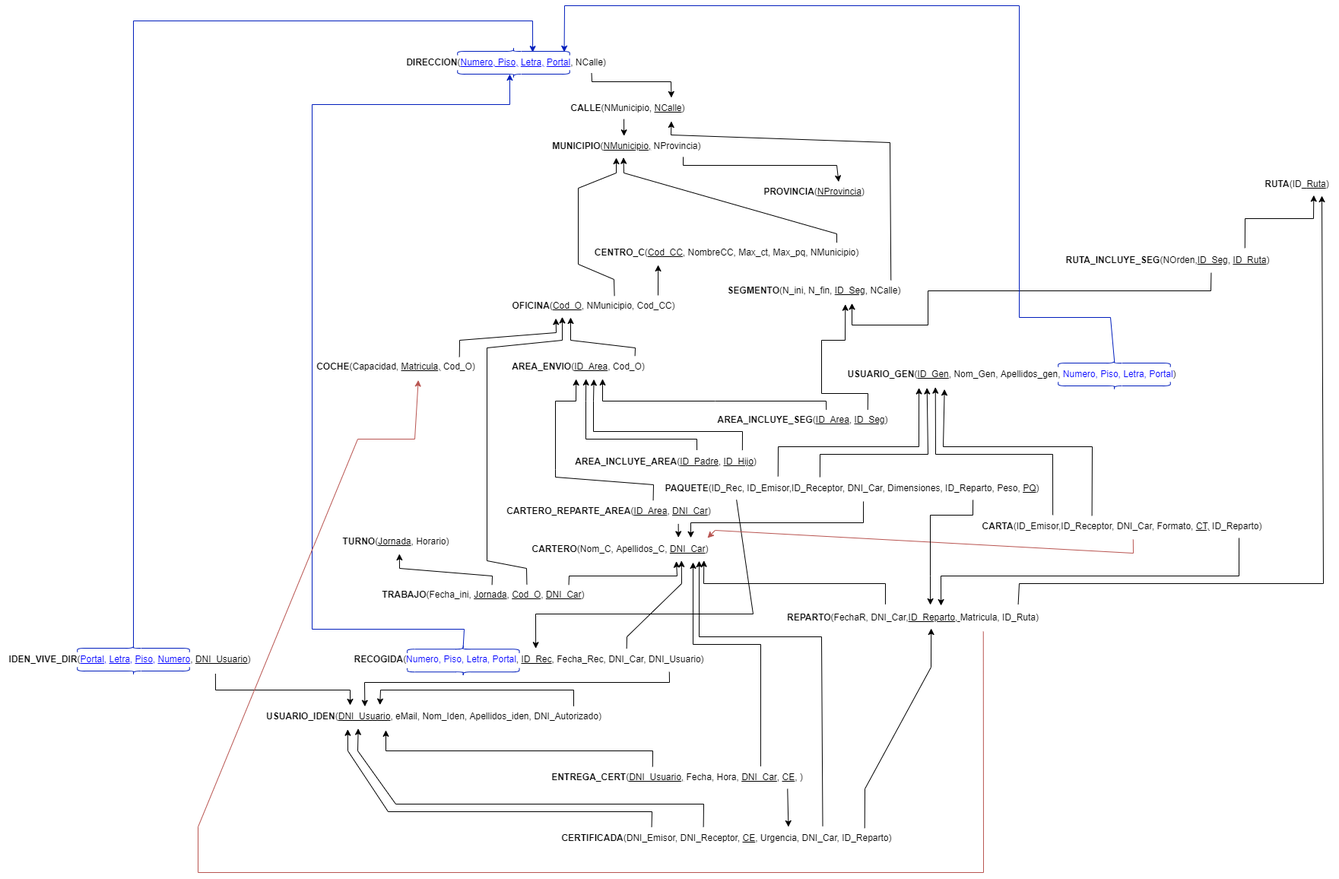
The draw.io diagram Hito1/Modelo relacional.drawio.png in ErYavi/BBDD22, before a commit. Source tidied: cells renumbered, new cells last; positions are measured from the earlier drawing's top-left corner, leaving out a move shared by most shapes.
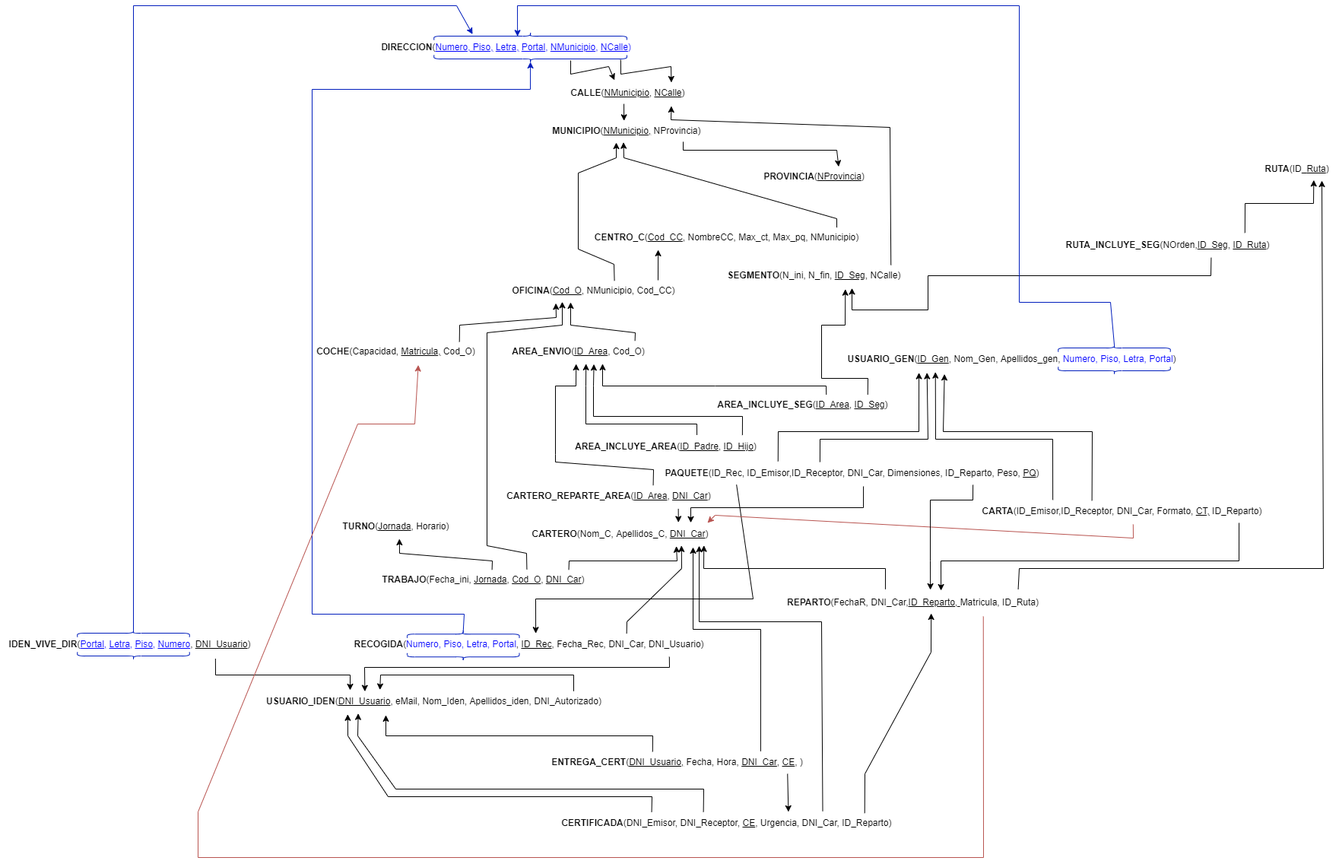
The same diagram one commit later.

What changed in the source:
```diff
@@ -2,10 +2,10 @@
   <root>
     <mxCell id="0" />
     <mxCell id="1" parent="0" />
-    <mxCell id="2" value="&lt;b&gt;DIRECCION&lt;/b&gt;(&lt;font color=&quot;#0000ff&quot;&gt;&lt;u&gt;Numero, Piso,&lt;/u&gt; &lt;u&gt;Letra,&lt;/u&gt;&amp;nbsp;&lt;u&gt;Portal&lt;/u&gt;&lt;/font&gt;, NCalle)" style="text;html=1;align=center;verticalAlign=middle;points=[];strokeColor=none;fillColor=none;" parent="1" vertex="1">
-      <mxGeometry x="520" y="74" width="290" height="30" as="geometry" />
+    <mxCell id="2" value="&lt;b&gt;DIRECCION&lt;/b&gt;(&lt;font color=&quot;#0000ff&quot;&gt;&lt;u&gt;Numero, Piso,&lt;/u&gt; &lt;u&gt;Letra,&lt;/u&gt;&amp;nbsp;&lt;u&gt;Portal&lt;/u&gt;, &lt;u&gt;NMunicipio&lt;/u&gt;,&amp;nbsp;&lt;u&gt;NCalle&lt;/u&gt;)&lt;/font&gt;" style="text;html=1;align=center;verticalAlign=middle;points=[];strokeColor=none;fillColor=none;" parent="1" vertex="1">
+      <mxGeometry x="490" y="74" width="350" height="30" as="geometry" />
     </mxCell>
-    <mxCell id="3" value="&lt;b&gt;CALLE&lt;/b&gt;(NMunicipio,&amp;nbsp;&lt;u&gt;NCalle&lt;/u&gt;)" style="text;html=1;align=center;verticalAlign=middle;points=[];strokeColor=none;fillColor=none;" parent="1" vertex="1">
+    <mxCell id="3" value="&lt;b&gt;CALLE&lt;/b&gt;(&lt;u&gt;NMunicipio&lt;/u&gt;,&amp;nbsp;&lt;u&gt;NCalle&lt;/u&gt;)" style="text;html=1;align=center;verticalAlign=middle;points=[];strokeColor=none;fillColor=none;" parent="1" vertex="1">
       <mxGeometry x="740" y="134" width="170" height="30" as="geometry" />
     </mxCell>
     <mxCell id="4" value="&lt;span lang=&quot;es&quot;&gt;&lt;b&gt;MUNICIPIO&lt;/b&gt;(&lt;u&gt;NMunicipio,&lt;/u&gt;&amp;nbsp;NProvincia)&amp;nbsp;&lt;/span&gt;" style="text;html=1;align=center;verticalAlign=middle;points=[];strokeColor=none;fillColor=none;" parent="1" vertex="1">
@@ -56,10 +56,10 @@
     <mxCell id="13" value="&lt;b&gt;SEGMENTO&lt;/b&gt;(N_ini, N_fin, &lt;u&gt;ID_Seg&lt;/u&gt;, NCalle)" style="text;html=1;align=center;verticalAlign=middle;points=[];strokeColor=none;fillColor=none;" parent="1" vertex="1">
       <mxGeometry x="945" y="374" width="250" height="30" as="geometry" />
     </mxCell>
-    <mxCell id="14" style="endArrow=classic;html=1;rounded=0;exitX=0.888;exitY=0.963;exitDx=0;exitDy=0;exitPerimeter=0;entryX=0.838;entryY=0.032;entryDx=0;entryDy=0;entryPerimeter=0;" parent="1" edge="1" source="2" target="3">
+    <mxCell id="14" style="endArrow=classic;html=1;rounded=0;exitX=0.931;exitY=1.039;exitDx=0;exitDy=0;exitPerimeter=0;entryX=0.838;entryY=0.032;entryDx=0;entryDy=0;entryPerimeter=0;" parent="1" edge="1" source="2" target="3">
       <mxGeometry relative="1" as="geometry">
         <Array as="points">
-          <mxPoint x="778" y="114" />
+          <mxPoint x="816" y="124" />
           <mxPoint x="882" y="114" />
         </Array>
       </mxGeometry>
@@ -233,13 +233,13 @@
         </Array>
       </mxGeometry>
     </mxCell>
-    <mxCell id="42" style="endArrow=classic;html=1;rounded=0;exitX=0.1;exitY=0.5;exitDx=0;exitDy=0;exitPerimeter=0;entryX=0.517;entryY=1;entryDx=0;entryDy=0;entryPerimeter=0;fillColor=#0050ef;strokeColor=#001DBC;" parent="1" edge="1" source="75" target="2">
+    <mxCell id="42" style="endArrow=classic;html=1;rounded=0;exitX=0.1;exitY=0.5;exitDx=0;exitDy=0;exitPerimeter=0;entryX=0.1;entryY=0.5;entryDx=0;entryDy=0;entryPerimeter=0;fillColor=#0050ef;strokeColor=#001DBC;" parent="1" edge="1" source="75" target="78">
       <mxGeometry relative="1" as="geometry">
         <Array as="points">
           <mxPoint x="610" y="834" />
           <mxPoint x="410" y="834" />
           <mxPoint x="410" y="144" />
-          <mxPoint x="670" y="144" />
+          <mxPoint x="697" y="144" />
         </Array>
       </mxGeometry>
     </mxCell>
@@ -336,21 +336,21 @@
         </Array>
       </mxGeometry>
     </mxCell>
-    <mxCell id="58" style="endArrow=classic;html=1;rounded=0;exitX=0.1;exitY=0.5;exitDx=0;exitDy=0;exitPerimeter=0;entryX=0.621;entryY=0.044;entryDx=0;entryDy=0;entryPerimeter=0;fillColor=#0050ef;strokeColor=#001DBC;" parent="1" edge="1" source="77" target="2">
+    <mxCell id="58" style="endArrow=classic;html=1;rounded=0;exitX=0.1;exitY=0.5;exitDx=0;exitDy=0;exitPerimeter=0;entryX=0.25;entryY=0.2;entryDx=0;entryDy=0;entryPerimeter=0;fillColor=#0050ef;strokeColor=#001DBC;" parent="1" edge="1" source="77" target="79">
       <mxGeometry relative="1" as="geometry">
         <Array as="points">
           <mxPoint x="175" y="34" />
-          <mxPoint x="700" y="34" />
+          <mxPoint x="600" y="34" />
         </Array>
       </mxGeometry>
     </mxCell>
-    <mxCell id="59" style="endArrow=classic;html=1;rounded=0;exitX=0.1;exitY=0.5;exitDx=0;exitDy=0;exitPerimeter=0;entryX=0.764;entryY=0.033;entryDx=0;entryDy=0;entryPerimeter=0;fillColor=#0050ef;strokeColor=#001DBC;" parent="1" edge="1" source="81" target="2">
+    <mxCell id="59" style="endArrow=classic;html=1;rounded=0;exitX=0.1;exitY=0.5;exitDx=0;exitDy=0;exitPerimeter=0;entryX=0.534;entryY=0.433;entryDx=0;entryDy=0;fillColor=#0050ef;strokeColor=#001DBC;entryPerimeter=0;" parent="1" edge="1" source="81" target="79">
       <mxGeometry relative="1" as="geometry">
         <Array as="points">
           <mxPoint x="1460" y="424" />
           <mxPoint x="1340" y="424" />
-          <mxPoint x="1340" y="14" />
-          <mxPoint x="742" y="14" />
+          <mxPoint x="1340" y="34" />
+          <mxPoint x="680" y="34" />
         </Array>
       </mxGeometry>
     </mxCell>
@@ -469,10 +469,10 @@
       <mxGeometry x="170" y="785.2" width="10" height="147.5" as="geometry" />
     </mxCell>
     <mxCell id="78" style="shape=curlyBracket;whiteSpace=wrap;html=1;rounded=1;flipH=1;labelPosition=right;verticalLabelPosition=middle;align=left;verticalAlign=middle;fontColor=#ffffff;rotation=90;fillColor=#0050ef;strokeColor=#001DBC;" parent="1" vertex="1">
-      <mxGeometry x="670" y="30.2" width="10" height="147.5" as="geometry" />
+      <mxGeometry x="692.1" y="-22.9" width="10" height="253.8" as="geometry" />
     </mxCell>
     <mxCell id="79" style="shape=curlyBracket;whiteSpace=wrap;html=1;rounded=1;flipH=1;labelPosition=right;verticalLabelPosition=middle;align=left;verticalAlign=middle;fontColor=#ffffff;rotation=-90;fillColor=#0050ef;strokeColor=#001DBC;" parent="1" vertex="1">
-      <mxGeometry x="670" y="0.2" width="10" height="147.5" as="geometry" />
+      <mxGeometry x="692.1" y="-52.9" width="10" height="253.8" as="geometry" />
     </mxCell>
     <mxCell id="80" style="shape=curlyBracket;whiteSpace=wrap;html=1;rounded=1;flipH=1;labelPosition=right;verticalLabelPosition=middle;align=left;verticalAlign=middle;fontColor=#ffffff;rotation=90;fillColor=#0050ef;strokeColor=#001DBC;" parent="1" vertex="1">
       <mxGeometry x="1460" y="440.2" width="10" height="147.5" as="geometry" />
@@ -480,5 +480,13 @@
     <mxCell id="81" style="shape=curlyBracket;whiteSpace=wrap;html=1;rounded=1;flipH=1;labelPosition=right;verticalLabelPosition=middle;align=left;verticalAlign=middle;fontColor=#ffffff;rotation=-90;fillColor=#0050ef;strokeColor=#001DBC;" parent="1" vertex="1">
       <mxGeometry x="1460" y="410.2" width="10" height="147.5" as="geometry" />
     </mxCell>
+    <mxCell id="82" style="endArrow=classic;html=1;rounded=0;exitX=0.743;exitY=1.067;exitDx=0;exitDy=0;exitPerimeter=0;entryX=0.398;entryY=-0.072;entryDx=0;entryDy=0;entryPerimeter=0;" parent="1" edge="1" source="2" target="3">
+      <mxGeometry relative="1" as="geometry">
+        <Array as="points">
+          <mxPoint x="750" y="124" />
+          <mxPoint x="800" y="114" />
+        </Array>
+      </mxGeometry>
+    </mxCell>
   </root>
 </mxGraphModel>
```
